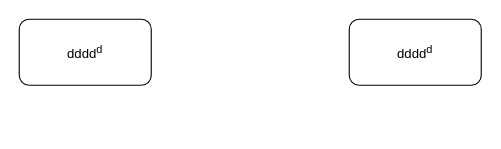
This is 未命名绘图.drawio from haithink/diagrams, a draw.io file, before an edit. Source tidied: cells renumbered, new cells numbered last; positions are measured from the earlier drawing's top-left corner, leaving out a move shared by most shapes. Both pictures are drawn from the tidied source at 110%, with x=0, y=0 at pixel (19, 19).
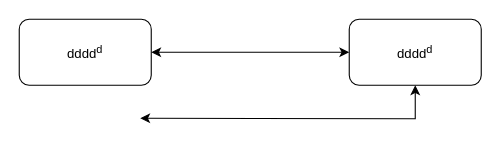
The same diagram, later.

Commit message:
更新未命名绘图.drawio

What changed in the source:
```diff
@@
 <mxGraphModel>
   <root>
     <mxCell id="0" />
     <mxCell id="1" parent="0" />
-    <mxCell id="2" style="edgeStyle=orthogonalEdgeStyle;rounded=0;jettySize=auto;html=1;strokeColor=none;" parent="1" edge="1" source="3" target="4">
-      <mxGeometry relative="1" as="geometry" />
+    <mxCell id="2" style="edgeStyle=orthogonalEdgeStyle;rounded=0;jettySize=auto;html=1;strokeColor=default;startArrow=classic;startFill=1;" parent="1" edge="1" target="4">
+      <mxGeometry relative="1" as="geometry">
+        <mxPoint x="110" y="90" as="sourcePoint" />
+      </mxGeometry>
     </mxCell>
     <mxCell id="3" value="dddd&lt;sup&gt;d&lt;/sup&gt;" style="rounded=1;whiteSpace=wrap;html=1;" parent="1" vertex="1">
       <mxGeometry width="120" height="60" as="geometry" />
     </mxCell>
     <mxCell id="4" value="dddd&lt;sup&gt;d&lt;/sup&gt;" style="rounded=1;whiteSpace=wrap;html=1;" parent="1" vertex="1">
       <mxGeometry x="300" width="120" height="60" as="geometry" />
     </mxCell>
+    <mxCell id="5" style="endArrow=classic;startArrow=classic;html=1;rounded=0;strokeColor=default;exitX=1;exitY=0.5;exitDx=0;exitDy=0;entryX=0;entryY=0.5;entryDx=0;entryDy=0;" parent="1" edge="1" source="3" target="4">
+      <mxGeometry relative="1" as="geometry" />
+    </mxCell>
   </root>
 </mxGraphModel>
```
